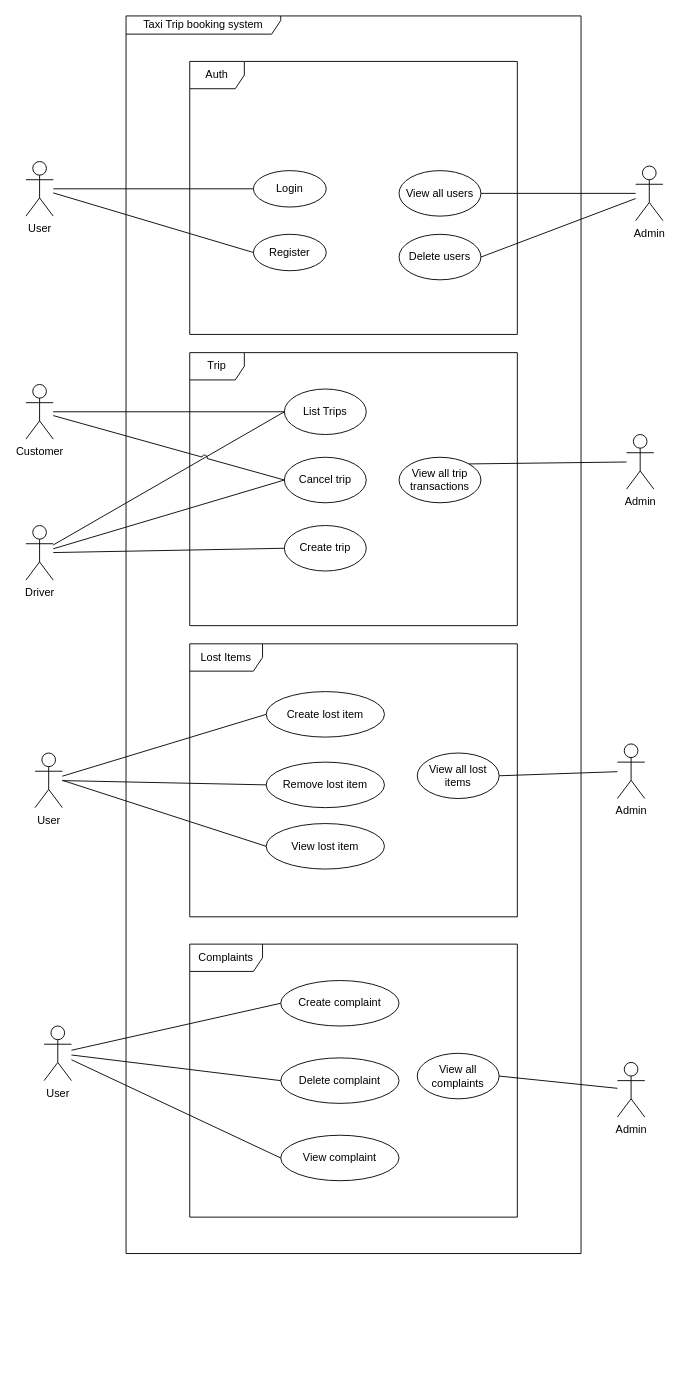
Above: diagrams/Use-case.drawio in ShoailRafiq/CS103A2 (draw.io), before the change. Source tidied: cells renumbered, new cells numbered last; positions are measured from the earlier drawing's top-left corner, leaving out a move shared by most shapes. Both pictures are drawn from the tidied source at 91%, with x=0, y=0 at pixel (25, 15).
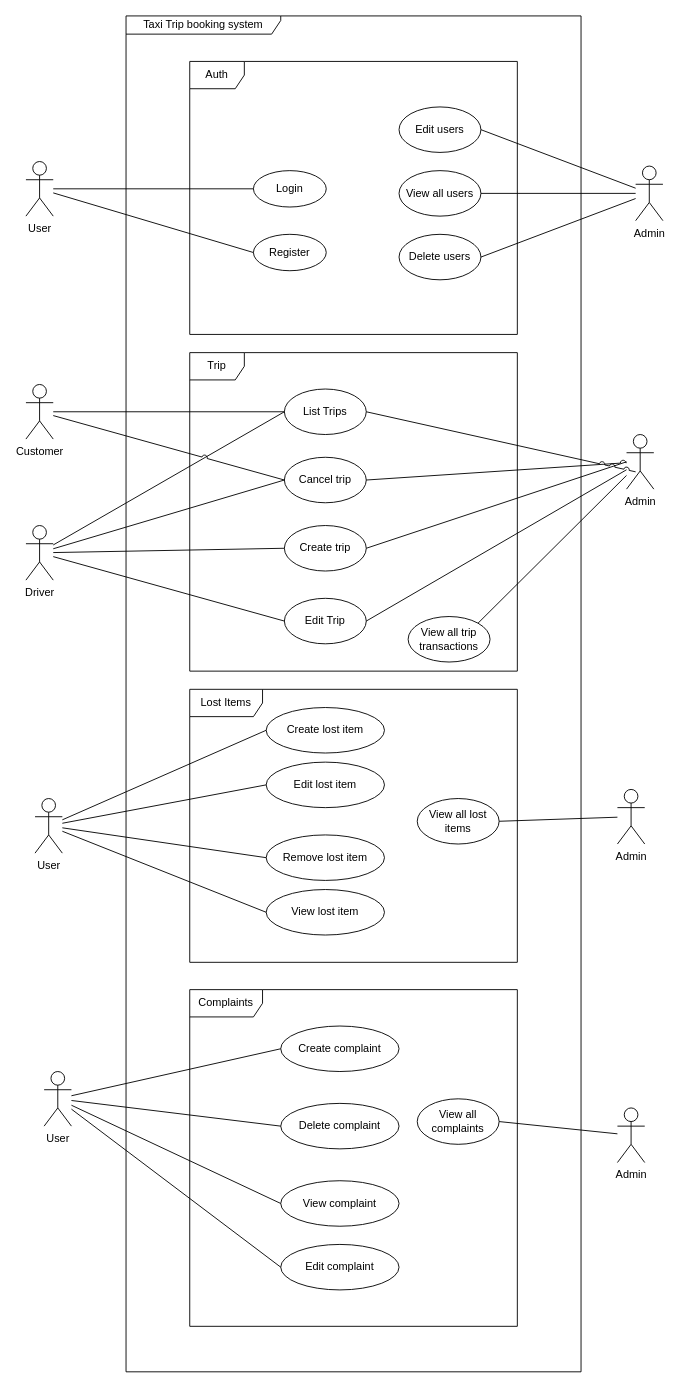
After the change.

Unchanged cells that the change refers to:
```xml
<mxCell id="6" value="List Trips" style="ellipse;whiteSpace=wrap;html=1;rounded=0;" parent="1" vertex="1">
  <mxGeometry x="284" y="410" width="90" height="50" as="geometry" />
</mxCell>
<mxCell id="10" value="Admin" style="shape=umlActor;verticalLabelPosition=bottom;verticalAlign=top;html=1;rounded=0;" parent="1" vertex="1">
  <mxGeometry x="670" y="165" width="30" height="60" as="geometry" />
</mxCell>
<mxCell id="14" value="Cancel trip" style="ellipse;whiteSpace=wrap;html=1;rounded=0;" parent="1" vertex="1">
  <mxGeometry x="284" y="485" width="90" height="50" as="geometry" />
</mxCell>
<mxCell id="15" value="Create trip" style="ellipse;whiteSpace=wrap;html=1;rounded=0;" parent="1" vertex="1">
  <mxGeometry x="284" y="560" width="90" height="50" as="geometry" />
</mxCell>
<mxCell id="22" value="Driver" style="shape=umlActor;verticalLabelPosition=bottom;verticalAlign=top;html=1;rounded=0;" parent="1" vertex="1">
  <mxGeometry y="560" width="30" height="60" as="geometry" />
</mxCell>
<mxCell id="37" value="Admin" style="shape=umlActor;verticalLabelPosition=bottom;verticalAlign=top;html=1;rounded=0;" parent="1" vertex="1">
  <mxGeometry x="660" y="460" width="30" height="60" as="geometry" />
</mxCell>
```

What changed in the source:
```diff
@@
     <mxCell id="2" value="Taxi Trip booking system" style="shape=umlFrame;whiteSpace=wrap;html=1;width=170;height=20;rounded=0;" parent="1" vertex="1">
-      <mxGeometry x="110" width="500" height="1360" as="geometry" />
+      <mxGeometry x="110" width="500" height="1490" as="geometry" />
     </mxCell>
@@
     <mxCell id="9" value="View all trip transactions" style="ellipse;whiteSpace=wrap;html=1;rounded=0;" parent="1" vertex="1">
-      <mxGeometry x="410" y="485" width="90" height="50" as="geometry" />
+      <mxGeometry x="420" y="660" width="90" height="50" as="geometry" />
     </mxCell>
@@
     <mxCell id="17" value="Trip" style="shape=umlFrame;whiteSpace=wrap;html=1;rounded=0;" parent="1" vertex="1">
-      <mxGeometry x="180" y="370" width="360" height="300" as="geometry" />
+      <mxGeometry x="180" y="370" width="360" height="350" as="geometry" />
     </mxCell>
@@
     <mxCell id="28" value="Lost Items" style="shape=umlFrame;whiteSpace=wrap;html=1;rounded=0;width=80;height=30;" parent="1" vertex="1">
-      <mxGeometry x="180" y="690" width="360" height="300" as="geometry" />
+      <mxGeometry x="180" y="740" width="360" height="300" as="geometry" />
     </mxCell>
     <mxCell id="29" value="User" style="shape=umlActor;verticalLabelPosition=bottom;verticalAlign=top;html=1;rounded=0;" parent="1" vertex="1">
-      <mxGeometry x="10" y="810" width="30" height="60" as="geometry" />
+      <mxGeometry x="10" y="860" width="30" height="60" as="geometry" />
     </mxCell>
     <mxCell id="30" value="Create lost item" style="ellipse;whiteSpace=wrap;html=1;rounded=0;" parent="1" vertex="1">
-      <mxGeometry x="264" y="742.5" width="130" height="50" as="geometry" />
+      <mxGeometry x="264" y="760" width="130" height="50" as="geometry" />
     </mxCell>
     <mxCell id="31" value="Remove lost item" style="ellipse;whiteSpace=wrap;html=1;rounded=0;" parent="1" vertex="1">
-      <mxGeometry x="264" y="820" width="130" height="50" as="geometry" />
+      <mxGeometry x="264" y="900" width="130" height="50" as="geometry" />
     </mxCell>
     <mxCell id="32" value="View lost item" style="ellipse;whiteSpace=wrap;html=1;rounded=0;" parent="1" vertex="1">
-      <mxGeometry x="264" y="887.5" width="130" height="50" as="geometry" />
+      <mxGeometry x="264" y="960" width="130" height="50" as="geometry" />
     </mxCell>
@@
-    <mxCell id="35" style="rounded=0;jettySize=auto;html=1;endArrow=none;endFill=0;jumpStyle=arc;strokeColor=default;entryX=0;entryY=0.5;entryDx=0;entryDy=0;" parent="1" edge="1" target="32">
-      <mxGeometry relative="1" as="geometry">
-        <mxPoint x="40" y="840" as="sourcePoint" />
-      </mxGeometry>
+    <mxCell id="35" style="rounded=0;jettySize=auto;html=1;endArrow=none;endFill=0;jumpStyle=arc;strokeColor=default;entryX=0;entryY=0.5;entryDx=0;entryDy=0;" parent="1" edge="1" source="29" target="32">
+      <mxGeometry relative="1" as="geometry" />
     </mxCell>
     <mxCell id="36" value="View all lost items" style="ellipse;whiteSpace=wrap;html=1;rounded=0;" parent="1" vertex="1">
-      <mxGeometry x="430" y="810" width="90" height="50" as="geometry" />
+      <mxGeometry x="430" y="860" width="90" height="50" as="geometry" />
     </mxCell>
@@
     <mxCell id="38" value="Admin" style="shape=umlActor;verticalLabelPosition=bottom;verticalAlign=top;html=1;rounded=0;" parent="1" vertex="1">
-      <mxGeometry x="650" y="800" width="30" height="60" as="geometry" />
+      <mxGeometry x="650" y="850" width="30" height="60" as="geometry" />
     </mxCell>
@@
     <mxCell id="40" value="Complaints" style="shape=umlFrame;whiteSpace=wrap;html=1;rounded=0;width=80;height=30;" parent="1" vertex="1">
-      <mxGeometry x="180" y="1020" width="360" height="300" as="geometry" />
+      <mxGeometry x="180" y="1070" width="360" height="370" as="geometry" />
     </mxCell>
     <mxCell id="41" value="Create complaint" style="ellipse;whiteSpace=wrap;html=1;rounded=0;" parent="1" vertex="1">
-      <mxGeometry x="280" y="1060" width="130" height="50" as="geometry" />
+      <mxGeometry x="280" y="1110" width="130" height="50" as="geometry" />
     </mxCell>
     <mxCell id="42" value="Delete complaint" style="ellipse;whiteSpace=wrap;html=1;rounded=0;" parent="1" vertex="1">
-      <mxGeometry x="280" y="1145" width="130" height="50" as="geometry" />
+      <mxGeometry x="280" y="1195" width="130" height="50" as="geometry" />
     </mxCell>
     <mxCell id="43" value="View complaint" style="ellipse;whiteSpace=wrap;html=1;rounded=0;" parent="1" vertex="1">
-      <mxGeometry x="280" y="1230" width="130" height="50" as="geometry" />
+      <mxGeometry x="280" y="1280" width="130" height="50" as="geometry" />
     </mxCell>
     <mxCell id="44" value="User" style="shape=umlActor;verticalLabelPosition=bottom;verticalAlign=top;html=1;rounded=0;" parent="1" vertex="1">
-      <mxGeometry x="20" y="1110" width="30" height="60" as="geometry" />
+      <mxGeometry x="20" y="1160" width="30" height="60" as="geometry" />
     </mxCell>
@@
     <mxCell id="48" value="Admin" style="shape=umlActor;verticalLabelPosition=bottom;verticalAlign=top;html=1;rounded=0;" parent="1" vertex="1">
-      <mxGeometry x="650" y="1150" width="30" height="60" as="geometry" />
+      <mxGeometry x="650" y="1200" width="30" height="60" as="geometry" />
     </mxCell>
     <mxCell id="49" value="View all complaints" style="ellipse;whiteSpace=wrap;html=1;rounded=0;" parent="1" vertex="1">
-      <mxGeometry x="430" y="1140" width="90" height="50" as="geometry" />
+      <mxGeometry x="430" y="1190" width="90" height="50" as="geometry" />
     </mxCell>
@@
+    <mxCell id="51" value="Edit users" style="ellipse;whiteSpace=wrap;html=1;rounded=0;" parent="1" vertex="1">
+      <mxGeometry x="410" y="100" width="90" height="50" as="geometry" />
+    </mxCell>
+    <mxCell id="52" style="rounded=0;jettySize=auto;html=1;endArrow=none;endFill=0;jumpStyle=arc;strokeColor=default;exitX=1;exitY=0.5;exitDx=0;exitDy=0;" parent="1" edge="1" source="51" target="10">
+      <mxGeometry relative="1" as="geometry" />
+    </mxCell>
+    <mxCell id="53" value="Edit Trip" style="ellipse;whiteSpace=wrap;html=1;rounded=0;" parent="1" vertex="1">
+      <mxGeometry x="284" y="640" width="90" height="50" as="geometry" />
+    </mxCell>
+    <mxCell id="54" style="rounded=0;jettySize=auto;html=1;endArrow=none;endFill=0;jumpStyle=arc;strokeColor=default;entryX=0;entryY=0.5;entryDx=0;entryDy=0;" parent="1" edge="1" source="22" target="53">
+      <mxGeometry relative="1" as="geometry" />
+    </mxCell>
+    <mxCell id="55" style="rounded=0;jettySize=auto;html=1;endArrow=none;endFill=0;jumpStyle=arc;strokeColor=default;exitX=1;exitY=0.5;exitDx=0;exitDy=0;" parent="1" edge="1" source="15">
+      <mxGeometry relative="1" as="geometry">
+        <mxPoint x="660" y="490" as="targetPoint" />
+      </mxGeometry>
+    </mxCell>
+    <mxCell id="56" style="rounded=0;jettySize=auto;html=1;endArrow=none;endFill=0;jumpStyle=arc;strokeColor=default;exitX=1;exitY=0.5;exitDx=0;exitDy=0;" parent="1" edge="1" source="53" target="37">
+      <mxGeometry relative="1" as="geometry" />
+    </mxCell>
+    <mxCell id="57" style="rounded=0;jettySize=auto;html=1;endArrow=none;endFill=0;jumpStyle=arc;strokeColor=default;exitX=1;exitY=0.5;exitDx=0;exitDy=0;" parent="1" edge="1" source="14" target="37">
+      <mxGeometry relative="1" as="geometry" />
+    </mxCell>
+    <mxCell id="58" style="rounded=0;jettySize=auto;html=1;endArrow=none;endFill=0;jumpStyle=arc;strokeColor=default;exitX=1;exitY=0.5;exitDx=0;exitDy=0;" parent="1" edge="1" source="6">
+      <mxGeometry relative="1" as="geometry">
+        <mxPoint x="670" y="501" as="targetPoint" />
+      </mxGeometry>
+    </mxCell>
+    <mxCell id="59" value="Edit lost item" style="ellipse;whiteSpace=wrap;html=1;rounded=0;" parent="1" vertex="1">
+      <mxGeometry x="264" y="820" width="130" height="50" as="geometry" />
+    </mxCell>
+    <mxCell id="60" style="rounded=0;jettySize=auto;html=1;endArrow=none;endFill=0;jumpStyle=arc;strokeColor=default;entryX=0;entryY=0.5;entryDx=0;entryDy=0;" parent="1" edge="1" source="29" target="59">
+      <mxGeometry relative="1" as="geometry" />
+    </mxCell>
+    <mxCell id="61" value="Edit complaint" style="ellipse;whiteSpace=wrap;html=1;rounded=0;" parent="1" vertex="1">
+      <mxGeometry x="280" y="1350" width="130" height="50" as="geometry" />
+    </mxCell>
+    <mxCell id="62" style="rounded=0;jettySize=auto;html=1;endArrow=none;endFill=0;jumpStyle=arc;strokeColor=default;entryX=0;entryY=0.5;entryDx=0;entryDy=0;" parent="1" edge="1" source="44" target="61">
+      <mxGeometry relative="1" as="geometry" />
+    </mxCell>
```
